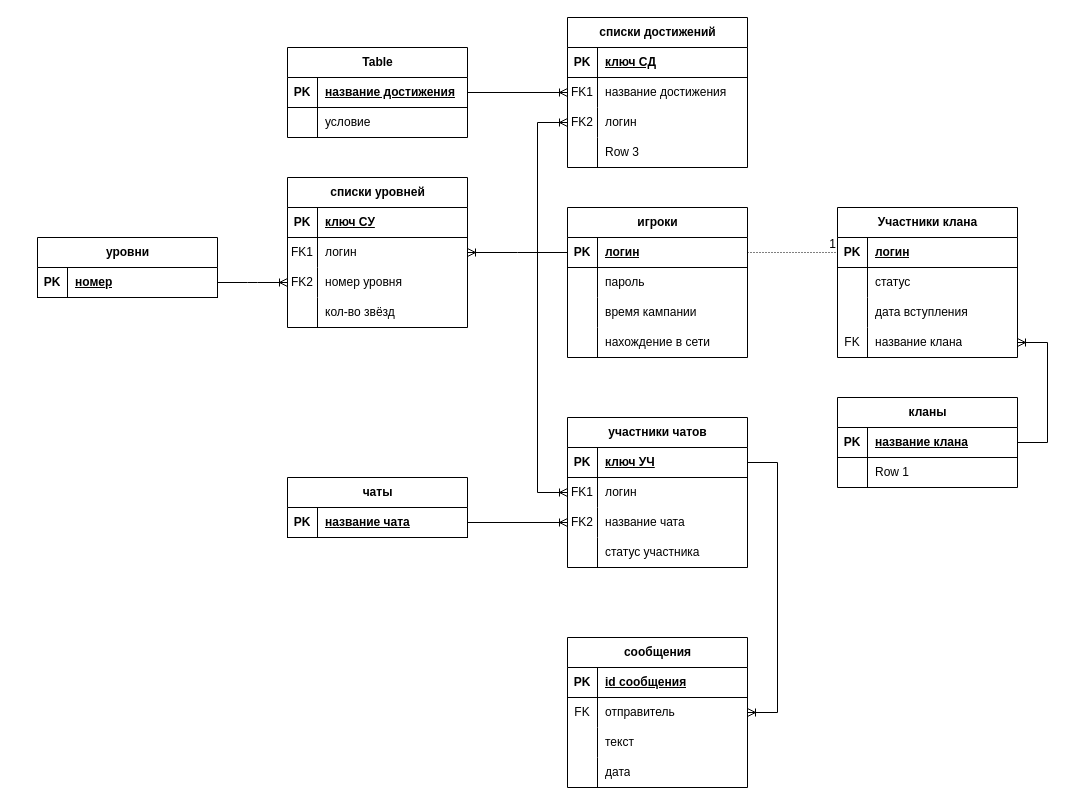
This is логическая схема.drawio from BMSTU2024/-, a draw.io file, before an edit. Source tidied: cells renumbered, new cells numbered last; positions are measured from the earlier drawing's top-left corner, leaving out a move shared by most shapes. Both pictures are drawn from the tidied source at 100%, with x=0, y=0 at pixel (37, 17).
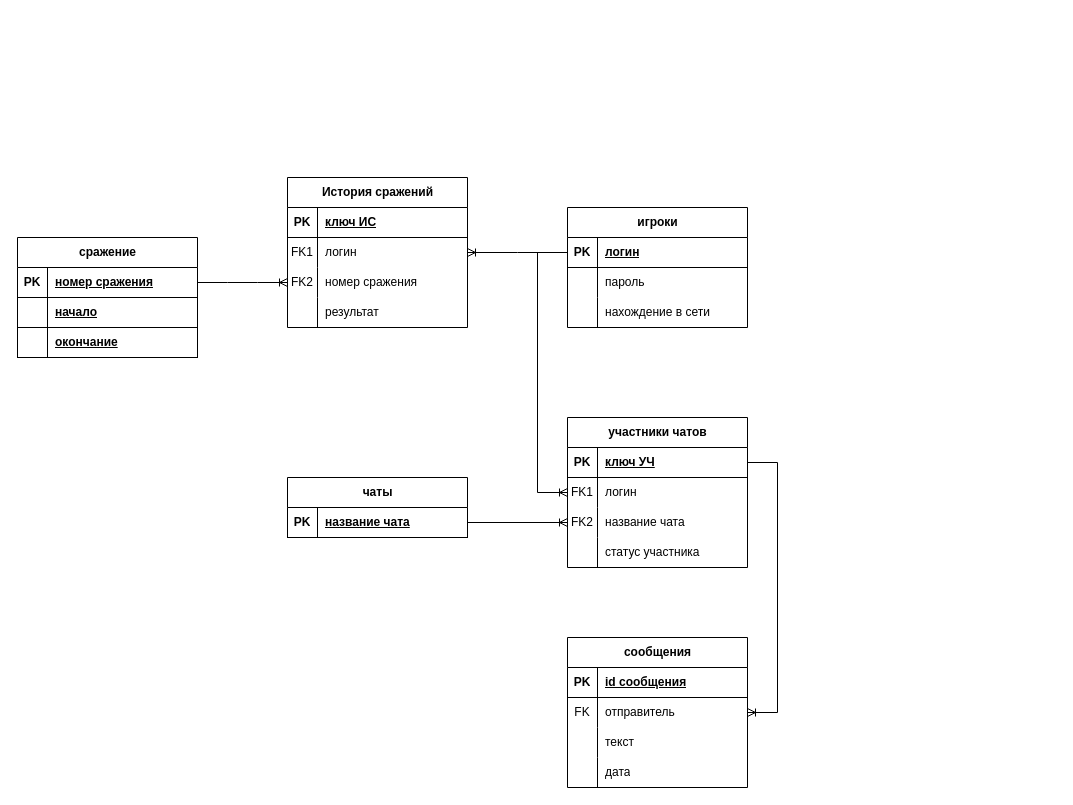
Above is the later version.

Unchanged cells that the change refers to:
```xml
<mxCell id="3" style="shape=tableRow;horizontal=0;startSize=0;swimlaneHead=0;swimlaneBody=0;fillColor=none;points=[[0,0.5],[1,0.5]];portConstraint=eastwest;top=0;left=0;right=0;bottom=1;" parent="2" vertex="1">
  <mxGeometry y="30" width="180" height="30" as="geometry" />
</mxCell>
<mxCell id="72" style="shape=tableRow;horizontal=0;startSize=0;swimlaneHead=0;swimlaneBody=0;fillColor=none;top=0;left=0;right=0;bottom=1;" parent="71" vertex="1">
  <mxGeometry y="30" width="180" height="30" as="geometry" />
</mxCell>
<mxCell id="78" style="shape=tableRow;horizontal=0;startSize=0;swimlaneHead=0;swimlaneBody=0;fillColor=none;points=[[0,0.5],[1,0.5]];portConstraint=eastwest;top=0;left=0;right=0;bottom=0;" parent="71" vertex="1">
  <mxGeometry y="90" width="180" height="30" as="geometry" />
</mxCell>
<mxCell id="81" style="shape=tableRow;horizontal=0;startSize=0;swimlaneHead=0;swimlaneBody=0;fillColor=none;top=0;left=0;right=0;bottom=0;" parent="71" vertex="1">
  <mxGeometry y="120" width="180" height="30" as="geometry" />
</mxCell>
<mxCell id="86" style="shape=tableRow;horizontal=0;startSize=0;swimlaneHead=0;swimlaneBody=0;fillColor=none;points=[[0,0.5],[1,0.5]];portConstraint=eastwest;top=0;left=0;right=0;bottom=1;" parent="85" vertex="1">
  <mxGeometry y="30" width="180" height="30" as="geometry" />
</mxCell>
```

Diff of the diagram source:
```diff
@@
     <mxCell id="2" value="игроки" style="shape=table;startSize=30;childLayout=tableLayout;rowLines=0;fontStyle=1;align=center;html=1;" parent="1" vertex="1">
-      <mxGeometry x="530" y="190" width="180" height="150" as="geometry" />
+      <mxGeometry x="530" y="190" width="180" height="120" as="geometry" />
     </mxCell>
@@
-    <mxCell id="9" style="shape=tableRow;horizontal=0;startSize=0;swimlaneHead=0;swimlaneBody=0;fillColor=none;top=0;left=0;right=0;bottom=0;" parent="2" vertex="1">
-      <mxGeometry y="90" width="180" height="30" as="geometry" />
-    </mxCell>
-    <mxCell id="10" style="shape=partialRectangle;fillColor=none;top=0;left=0;bottom=0;right=0;overflow=hidden;whiteSpace=wrap;html=1;" parent="9" vertex="1">
-      <mxGeometry width="30" height="30" as="geometry" />
-    </mxCell>
-    <mxCell id="11" value="время кампании" style="shape=partialRectangle;fillColor=none;top=0;left=0;bottom=0;right=0;align=left;spacingLeft=6;overflow=hidden;whiteSpace=wrap;html=1;" parent="9" vertex="1">
-      <mxGeometry x="30" width="150" height="30" as="geometry" />
-    </mxCell>
     <mxCell id="12" style="shape=tableRow;horizontal=0;startSize=0;swimlaneHead=0;swimlaneBody=0;fillColor=none;top=0;left=0;right=0;bottom=0;" parent="2" vertex="1">
-      <mxGeometry y="120" width="180" height="30" as="geometry" />
+      <mxGeometry y="90" width="180" height="30" as="geometry" />
     </mxCell>
@@
-    <mxCell id="48" value="Участники клана" style="shape=table;startSize=30;childLayout=tableLayout;rowLines=0;fontStyle=1;align=center;html=1;" parent="1" vertex="1">
-      <mxGeometry x="800" y="190" width="180" height="150" as="geometry" />
-    </mxCell>
-    <mxCell id="49" style="shape=tableRow;horizontal=0;startSize=0;swimlaneHead=0;swimlaneBody=0;fillColor=none;points=[[0,0.5],[1,0.5]];portConstraint=eastwest;top=0;left=0;right=0;bottom=1;" parent="48" vertex="1">
-      <mxGeometry y="30" width="180" height="30" as="geometry" />
-    </mxCell>
-    <mxCell id="50" value="PK" style="shape=partialRectangle;fillColor=none;top=0;left=0;bottom=0;right=0;fontStyle=1;overflow=hidden;whiteSpace=wrap;html=1;" parent="49" vertex="1">
-      <mxGeometry width="30" height="30" as="geometry" />
-    </mxCell>
-    <mxCell id="51" value="логин" style="shape=partialRectangle;fillColor=none;top=0;left=0;bottom=0;right=0;align=left;spacingLeft=6;fontStyle=5;overflow=hidden;whiteSpace=wrap;html=1;" parent="49" vertex="1">
-      <mxGeometry x="30" width="150" height="30" as="geometry" />
-    </mxCell>
-    <mxCell id="52" style="shape=tableRow;horizontal=0;startSize=0;swimlaneHead=0;swimlaneBody=0;fillColor=none;top=0;left=0;right=0;bottom=0;" parent="48" vertex="1">
-      <mxGeometry y="60" width="180" height="30" as="geometry" />
-    </mxCell>
-    <mxCell id="53" style="shape=partialRectangle;fillColor=none;top=0;left=0;bottom=0;right=0;overflow=hidden;whiteSpace=wrap;html=1;" parent="52" vertex="1">
-      <mxGeometry width="30" height="30" as="geometry" />
-    </mxCell>
-    <mxCell id="54" value="статус" style="shape=partialRectangle;fillColor=none;top=0;left=0;bottom=0;right=0;align=left;spacingLeft=6;overflow=hidden;whiteSpace=wrap;html=1;" parent="52" vertex="1">
-      <mxGeometry x="30" width="150" height="30" as="geometry" />
-    </mxCell>
-    <mxCell id="55" style="shape=tableRow;horizontal=0;startSize=0;swimlaneHead=0;swimlaneBody=0;fillColor=none;top=0;left=0;right=0;bottom=0;" parent="48" vertex="1">
-      <mxGeometry y="90" width="180" height="30" as="geometry" />
-    </mxCell>
-    <mxCell id="56" style="shape=partialRectangle;fillColor=none;top=0;left=0;bottom=0;right=0;overflow=hidden;whiteSpace=wrap;html=1;" parent="55" vertex="1">
-      <mxGeometry width="30" height="30" as="geometry" />
-    </mxCell>
-    <mxCell id="57" value="дата вступления" style="shape=partialRectangle;fillColor=none;top=0;left=0;bottom=0;right=0;align=left;spacingLeft=6;overflow=hidden;whiteSpace=wrap;html=1;" parent="55" vertex="1">
-      <mxGeometry x="30" width="150" height="30" as="geometry" />
-    </mxCell>
-    <mxCell id="58" style="shape=tableRow;horizontal=0;startSize=0;swimlaneHead=0;swimlaneBody=0;fillColor=none;points=[[0,0.5],[1,0.5]];portConstraint=eastwest;top=0;left=0;right=0;bottom=0;" parent="48" vertex="1">
-      <mxGeometry y="120" width="180" height="30" as="geometry" />
-    </mxCell>
-    <mxCell id="59" value="FK" style="shape=partialRectangle;fillColor=none;top=0;left=0;bottom=0;right=0;overflow=hidden;whiteSpace=wrap;html=1;" parent="58" vertex="1">
-      <mxGeometry width="30" height="30" as="geometry" />
-    </mxCell>
-    <mxCell id="60" value="название клана" style="shape=partialRectangle;fillColor=none;top=0;left=0;bottom=0;right=0;align=left;spacingLeft=6;overflow=hidden;whiteSpace=wrap;html=1;" parent="58" vertex="1">
-      <mxGeometry x="30" width="150" height="30" as="geometry" />
-    </mxCell>
-    <mxCell id="61" style="endArrow=none;html=1;rounded=0;dashed=1;dashPattern=1 2;entryX=0;entryY=0.5;entryDx=0;entryDy=0;exitX=1;exitY=0.5;exitDx=0;exitDy=0;" parent="1" edge="1" source="3" target="49">
-      <mxGeometry relative="1" as="geometry" />
-    </mxCell>
-    <mxCell id="62" value="1" style="html=1;whiteSpace=wrap;align=right;verticalAlign=bottom;" parent="61" vertex="1">
-      <mxGeometry x="1" relative="1" as="geometry" />
-    </mxCell>
-    <mxCell id="63" value="кланы" style="shape=table;startSize=30;childLayout=tableLayout;rowLines=0;fontStyle=1;align=center;html=1;" parent="1" vertex="1">
-      <mxGeometry x="800" y="380" width="180" height="90" as="geometry" />
-    </mxCell>
-    <mxCell id="64" style="shape=tableRow;horizontal=0;startSize=0;swimlaneHead=0;swimlaneBody=0;fillColor=none;points=[[0,0.5],[1,0.5]];portConstraint=eastwest;top=0;left=0;right=0;bottom=1;" parent="63" vertex="1">
-      <mxGeometry y="30" width="180" height="30" as="geometry" />
-    </mxCell>
-    <mxCell id="65" value="PK" style="shape=partialRectangle;fillColor=none;top=0;left=0;bottom=0;right=0;fontStyle=1;overflow=hidden;whiteSpace=wrap;html=1;" parent="64" vertex="1">
-      <mxGeometry width="30" height="30" as="geometry" />
-    </mxCell>
-    <mxCell id="66" value="название клана" style="shape=partialRectangle;fillColor=none;top=0;left=0;bottom=0;right=0;align=left;spacingLeft=6;fontStyle=5;overflow=hidden;whiteSpace=wrap;html=1;" parent="64" vertex="1">
-      <mxGeometry x="30" width="150" height="30" as="geometry" />
-    </mxCell>
-    <mxCell id="67" style="shape=tableRow;horizontal=0;startSize=0;swimlaneHead=0;swimlaneBody=0;fillColor=none;top=0;left=0;right=0;bottom=0;" parent="63" vertex="1">
-      <mxGeometry y="60" width="180" height="30" as="geometry" />
-    </mxCell>
-    <mxCell id="68" style="shape=partialRectangle;fillColor=none;top=0;left=0;bottom=0;right=0;overflow=hidden;whiteSpace=wrap;html=1;" parent="67" vertex="1">
-      <mxGeometry width="30" height="30" as="geometry" />
-    </mxCell>
-    <mxCell id="69" value="Row 1" style="shape=partialRectangle;fillColor=none;top=0;left=0;bottom=0;right=0;align=left;spacingLeft=6;overflow=hidden;whiteSpace=wrap;html=1;" parent="67" vertex="1">
-      <mxGeometry x="30" width="150" height="30" as="geometry" />
-    </mxCell>
-    <mxCell id="70" style="edgeStyle=entityRelationEdgeStyle;fontSize=12;html=1;endArrow=ERoneToMany;rounded=0;entryX=1;entryY=0.5;entryDx=0;entryDy=0;exitX=1;exitY=0.5;exitDx=0;exitDy=0;" parent="1" edge="1" source="64" target="58">
-      <mxGeometry relative="1" as="geometry" />
-    </mxCell>
-    <mxCell id="71" value="списки уровней" style="shape=table;startSize=30;childLayout=tableLayout;rowLines=0;fontStyle=1;align=center;html=1;" parent="1" vertex="1">
+    <mxCell id="71" value="История сражений" style="shape=table;startSize=30;childLayout=tableLayout;rowLines=0;fontStyle=1;align=center;html=1;" parent="1" vertex="1">
       <mxGeometry x="250" y="160" width="180" height="150" as="geometry" />
     </mxCell>
@@
-    <mxCell id="74" value="ключ СУ" style="shape=partialRectangle;fillColor=none;top=0;left=0;bottom=0;right=0;align=left;spacingLeft=6;fontStyle=5;overflow=hidden;whiteSpace=wrap;html=1;" parent="72" vertex="1">
+    <mxCell id="74" value="ключ ИС" style="shape=partialRectangle;fillColor=none;top=0;left=0;bottom=0;right=0;align=left;spacingLeft=6;fontStyle=5;overflow=hidden;whiteSpace=wrap;html=1;" parent="72" vertex="1">
       <mxGeometry x="30" width="150" height="30" as="geometry" />
     </mxCell>
@@
-    <mxCell id="80" value="номер уровня" style="shape=partialRectangle;fillColor=none;top=0;left=0;bottom=0;right=0;align=left;spacingLeft=6;overflow=hidden;whiteSpace=wrap;html=1;" parent="78" vertex="1">
+    <mxCell id="80" value="номер сражения" style="shape=partialRectangle;fillColor=none;top=0;left=0;bottom=0;right=0;align=left;spacingLeft=6;overflow=hidden;whiteSpace=wrap;html=1;" parent="78" vertex="1">
       <mxGeometry x="30" width="150" height="30" as="geometry" />
     </mxCell>
@@
-    <mxCell id="83" value="кол-во звёзд" style="shape=partialRectangle;fillColor=none;top=0;left=0;bottom=0;right=0;align=left;spacingLeft=6;overflow=hidden;whiteSpace=wrap;html=1;" parent="81" vertex="1">
+    <mxCell id="83" value="результат" style="shape=partialRectangle;fillColor=none;top=0;left=0;bottom=0;right=0;align=left;spacingLeft=6;overflow=hidden;whiteSpace=wrap;html=1;" parent="81" vertex="1">
       <mxGeometry x="30" width="150" height="30" as="geometry" />
     </mxCell>
@@
-    <mxCell id="85" value="уровни" style="shape=table;startSize=30;childLayout=tableLayout;rowLines=0;fontStyle=1;align=center;html=1;" parent="1" vertex="1">
-      <mxGeometry y="220" width="180" height="60" as="geometry" />
+    <mxCell id="85" value="сражение" style="shape=table;startSize=30;childLayout=tableLayout;rowLines=0;fontStyle=1;align=center;html=1;" parent="1" vertex="1">
+      <mxGeometry x="-20" y="220" width="180" height="120" as="geometry" />
     </mxCell>
@@
-    <mxCell id="88" value="номер" style="shape=partialRectangle;fillColor=none;top=0;left=0;bottom=0;right=0;align=left;spacingLeft=6;fontStyle=5;overflow=hidden;whiteSpace=wrap;html=1;" parent="86" vertex="1">
+    <mxCell id="88" value="номер сражения" style="shape=partialRectangle;fillColor=none;top=0;left=0;bottom=0;right=0;align=left;spacingLeft=6;fontStyle=5;overflow=hidden;whiteSpace=wrap;html=1;" parent="86" vertex="1">
       <mxGeometry x="30" width="150" height="30" as="geometry" />
     </mxCell>
+    <mxCell id="112" style="shape=tableRow;horizontal=0;startSize=0;swimlaneHead=0;swimlaneBody=0;fillColor=none;top=0;left=0;right=0;bottom=1;" parent="85" vertex="1">
+      <mxGeometry y="60" width="180" height="30" as="geometry" />
+    </mxCell>
+    <mxCell id="113" style="shape=partialRectangle;fillColor=none;top=0;left=0;bottom=0;right=0;fontStyle=1;overflow=hidden;whiteSpace=wrap;html=1;" parent="112" vertex="1">
+      <mxGeometry width="30" height="30" as="geometry" />
+    </mxCell>
+    <mxCell id="114" value="начало" style="shape=partialRectangle;fillColor=none;top=0;left=0;bottom=0;right=0;align=left;spacingLeft=6;fontStyle=5;overflow=hidden;whiteSpace=wrap;html=1;" parent="112" vertex="1">
+      <mxGeometry x="30" width="150" height="30" as="geometry" />
+    </mxCell>
+    <mxCell id="115" style="shape=tableRow;horizontal=0;startSize=0;swimlaneHead=0;swimlaneBody=0;fillColor=none;top=0;left=0;right=0;bottom=1;" parent="85" vertex="1">
+      <mxGeometry y="90" width="180" height="30" as="geometry" />
+    </mxCell>
+    <mxCell id="116" style="shape=partialRectangle;fillColor=none;top=0;left=0;bottom=0;right=0;fontStyle=1;overflow=hidden;whiteSpace=wrap;html=1;" parent="115" vertex="1">
+      <mxGeometry width="30" height="30" as="geometry" />
+    </mxCell>
+    <mxCell id="117" value="окончание" style="shape=partialRectangle;fillColor=none;top=0;left=0;bottom=0;right=0;align=left;spacingLeft=6;fontStyle=5;overflow=hidden;whiteSpace=wrap;html=1;" parent="115" vertex="1">
+      <mxGeometry x="30" width="150" height="30" as="geometry" />
+    </mxCell>
@@
-    <mxCell id="90" value="списки достижений" style="shape=table;startSize=30;childLayout=tableLayout;rowLines=0;fontStyle=1;align=center;html=1;" parent="1" vertex="1">
-      <mxGeometry x="530" width="180" height="150" as="geometry" />
-    </mxCell>
-    <mxCell id="91" style="shape=tableRow;horizontal=0;startSize=0;swimlaneHead=0;swimlaneBody=0;fillColor=none;top=0;left=0;right=0;bottom=1;" parent="90" vertex="1">
-      <mxGeometry y="30" width="180" height="30" as="geometry" />
-    </mxCell>
-    <mxCell id="92" value="PK" style="shape=partialRectangle;fillColor=none;top=0;left=0;bottom=0;right=0;fontStyle=1;overflow=hidden;whiteSpace=wrap;html=1;" parent="91" vertex="1">
-      <mxGeometry width="30" height="30" as="geometry" />
-    </mxCell>
-    <mxCell id="93" value="ключ СД" style="shape=partialRectangle;fillColor=none;top=0;left=0;bottom=0;right=0;align=left;spacingLeft=6;fontStyle=5;overflow=hidden;whiteSpace=wrap;html=1;" parent="91" vertex="1">
-      <mxGeometry x="30" width="150" height="30" as="geometry" />
-    </mxCell>
-    <mxCell id="94" style="shape=tableRow;horizontal=0;startSize=0;swimlaneHead=0;swimlaneBody=0;fillColor=none;points=[[0,0.5],[1,0.5]];portConstraint=eastwest;top=0;left=0;right=0;bottom=0;" parent="90" vertex="1">
-      <mxGeometry y="60" width="180" height="30" as="geometry" />
-    </mxCell>
-    <mxCell id="95" value="FK1" style="shape=partialRectangle;fillColor=none;top=0;left=0;bottom=0;right=0;overflow=hidden;whiteSpace=wrap;html=1;" parent="94" vertex="1">
-      <mxGeometry width="30" height="30" as="geometry" />
-    </mxCell>
-    <mxCell id="96" value="название достижения" style="shape=partialRectangle;fillColor=none;top=0;left=0;bottom=0;right=0;align=left;spacingLeft=6;overflow=hidden;whiteSpace=wrap;html=1;" parent="94" vertex="1">
-      <mxGeometry x="30" width="150" height="30" as="geometry" />
-    </mxCell>
-    <mxCell id="97" style="shape=tableRow;horizontal=0;startSize=0;swimlaneHead=0;swimlaneBody=0;fillColor=none;points=[[0,0.5],[1,0.5]];portConstraint=eastwest;top=0;left=0;right=0;bottom=0;" parent="90" vertex="1">
-      <mxGeometry y="90" width="180" height="30" as="geometry" />
-    </mxCell>
-    <mxCell id="98" value="FK2" style="shape=partialRectangle;fillColor=none;top=0;left=0;bottom=0;right=0;overflow=hidden;whiteSpace=wrap;html=1;" parent="97" vertex="1">
-      <mxGeometry width="30" height="30" as="geometry" />
-    </mxCell>
-    <mxCell id="99" value="логин" style="shape=partialRectangle;fillColor=none;top=0;left=0;bottom=0;right=0;align=left;spacingLeft=6;overflow=hidden;whiteSpace=wrap;html=1;" parent="97" vertex="1">
-      <mxGeometry x="30" width="150" height="30" as="geometry" />
-    </mxCell>
-    <mxCell id="100" style="shape=tableRow;horizontal=0;startSize=0;swimlaneHead=0;swimlaneBody=0;fillColor=none;top=0;left=0;right=0;bottom=0;" parent="90" vertex="1">
-      <mxGeometry y="120" width="180" height="30" as="geometry" />
-    </mxCell>
-    <mxCell id="101" style="shape=partialRectangle;fillColor=none;top=0;left=0;bottom=0;right=0;overflow=hidden;whiteSpace=wrap;html=1;" parent="100" vertex="1">
-      <mxGeometry width="30" height="30" as="geometry" />
-    </mxCell>
-    <mxCell id="102" value="Row 3" style="shape=partialRectangle;fillColor=none;top=0;left=0;bottom=0;right=0;align=left;spacingLeft=6;overflow=hidden;whiteSpace=wrap;html=1;" parent="100" vertex="1">
-      <mxGeometry x="30" width="150" height="30" as="geometry" />
-    </mxCell>
-    <mxCell id="103" style="edgeStyle=elbowEdgeStyle;fontSize=12;html=1;endArrow=ERoneToMany;rounded=0;entryX=0;entryY=0.5;entryDx=0;entryDy=0;exitX=0;exitY=0.5;exitDx=0;exitDy=0;" parent="1" edge="1" source="3" target="97">
-      <mxGeometry relative="1" as="geometry">
-        <Array as="points">
-          <mxPoint x="500" y="160" />
-        </Array>
-      </mxGeometry>
-    </mxCell>
-    <mxCell id="104" value="Table" style="shape=table;startSize=30;childLayout=tableLayout;rowLines=0;fontStyle=1;align=center;html=1;" parent="1" vertex="1">
-      <mxGeometry x="250" y="30" width="180" height="90" as="geometry" />
-    </mxCell>
-    <mxCell id="105" style="shape=tableRow;horizontal=0;startSize=0;swimlaneHead=0;swimlaneBody=0;fillColor=none;points=[[0,0.5],[1,0.5]];portConstraint=eastwest;top=0;left=0;right=0;bottom=1;" parent="104" vertex="1">
-      <mxGeometry y="30" width="180" height="30" as="geometry" />
-    </mxCell>
-    <mxCell id="106" value="PK" style="shape=partialRectangle;fillColor=none;top=0;left=0;bottom=0;right=0;fontStyle=1;overflow=hidden;whiteSpace=wrap;html=1;" parent="105" vertex="1">
-      <mxGeometry width="30" height="30" as="geometry" />
-    </mxCell>
-    <mxCell id="107" value="название достижения" style="shape=partialRectangle;fillColor=none;top=0;left=0;bottom=0;right=0;align=left;spacingLeft=6;fontStyle=5;overflow=hidden;whiteSpace=wrap;html=1;" parent="105" vertex="1">
-      <mxGeometry x="30" width="150" height="30" as="geometry" />
-    </mxCell>
-    <mxCell id="108" style="shape=tableRow;horizontal=0;startSize=0;swimlaneHead=0;swimlaneBody=0;fillColor=none;top=0;left=0;right=0;bottom=0;" parent="104" vertex="1">
-      <mxGeometry y="60" width="180" height="30" as="geometry" />
-    </mxCell>
-    <mxCell id="109" style="shape=partialRectangle;fillColor=none;top=0;left=0;bottom=0;right=0;overflow=hidden;whiteSpace=wrap;html=1;" parent="108" vertex="1">
-      <mxGeometry width="30" height="30" as="geometry" />
-    </mxCell>
-    <mxCell id="110" value="условие" style="shape=partialRectangle;fillColor=none;top=0;left=0;bottom=0;right=0;align=left;spacingLeft=6;overflow=hidden;whiteSpace=wrap;html=1;" parent="108" vertex="1">
-      <mxGeometry x="30" width="150" height="30" as="geometry" />
-    </mxCell>
-    <mxCell id="111" style="edgeStyle=orthogonalEdgeStyle;fontSize=12;html=1;endArrow=ERoneToMany;rounded=0;exitX=1;exitY=0.5;exitDx=0;exitDy=0;entryX=0;entryY=0.5;entryDx=0;entryDy=0;" parent="1" edge="1" source="105" target="94">
-      <mxGeometry relative="1" as="geometry" />
-    </mxCell>
```
